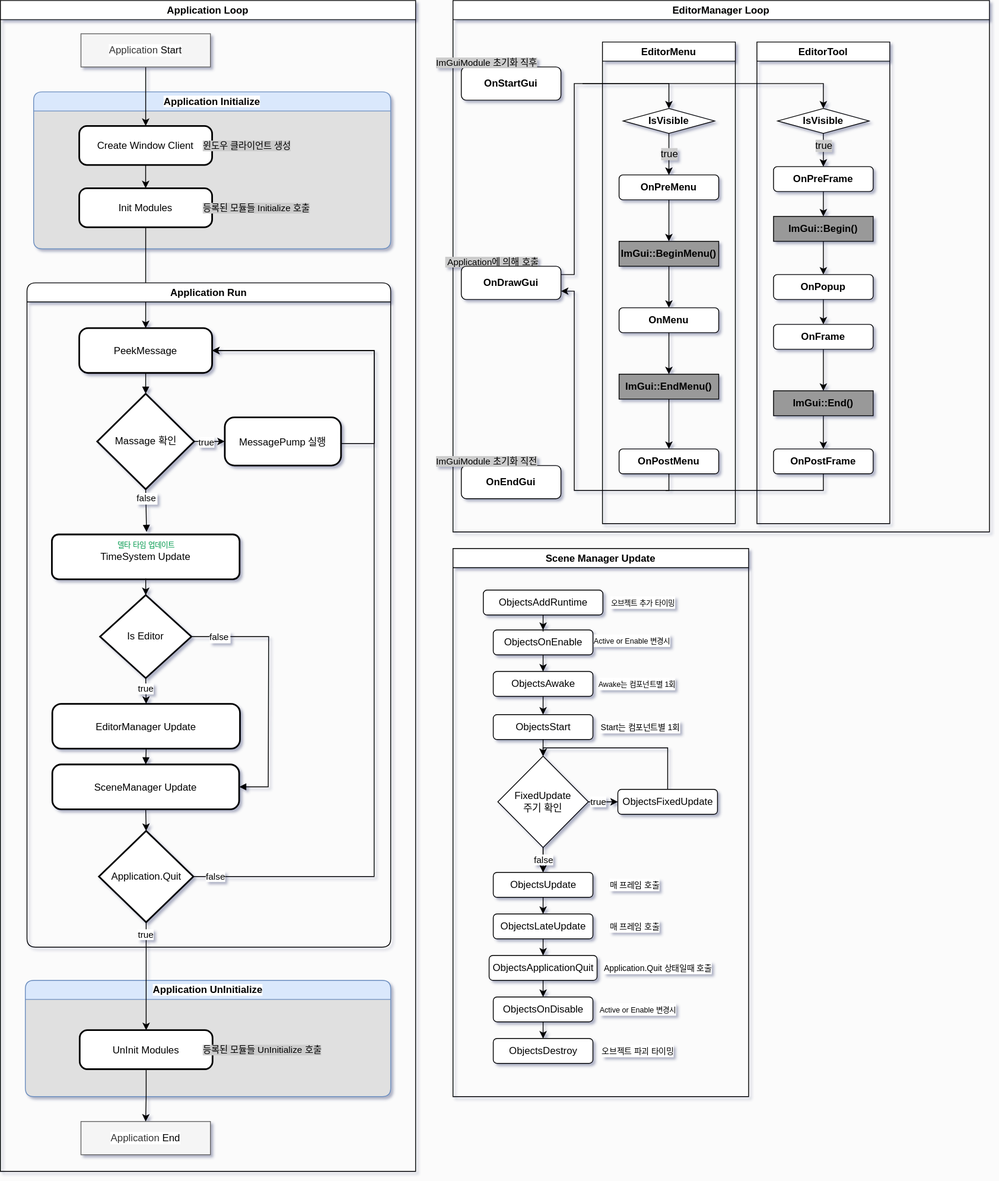
This is Diagram/GameEngineFlowChart.drawio.svg from Scarecrow37/VanishingGround, a draw.io export, as it was before one commit. Source tidied: cells renumbered, new cells last; positions are measured from the earlier drawing's top-left corner, leaving out a move shared by most shapes.
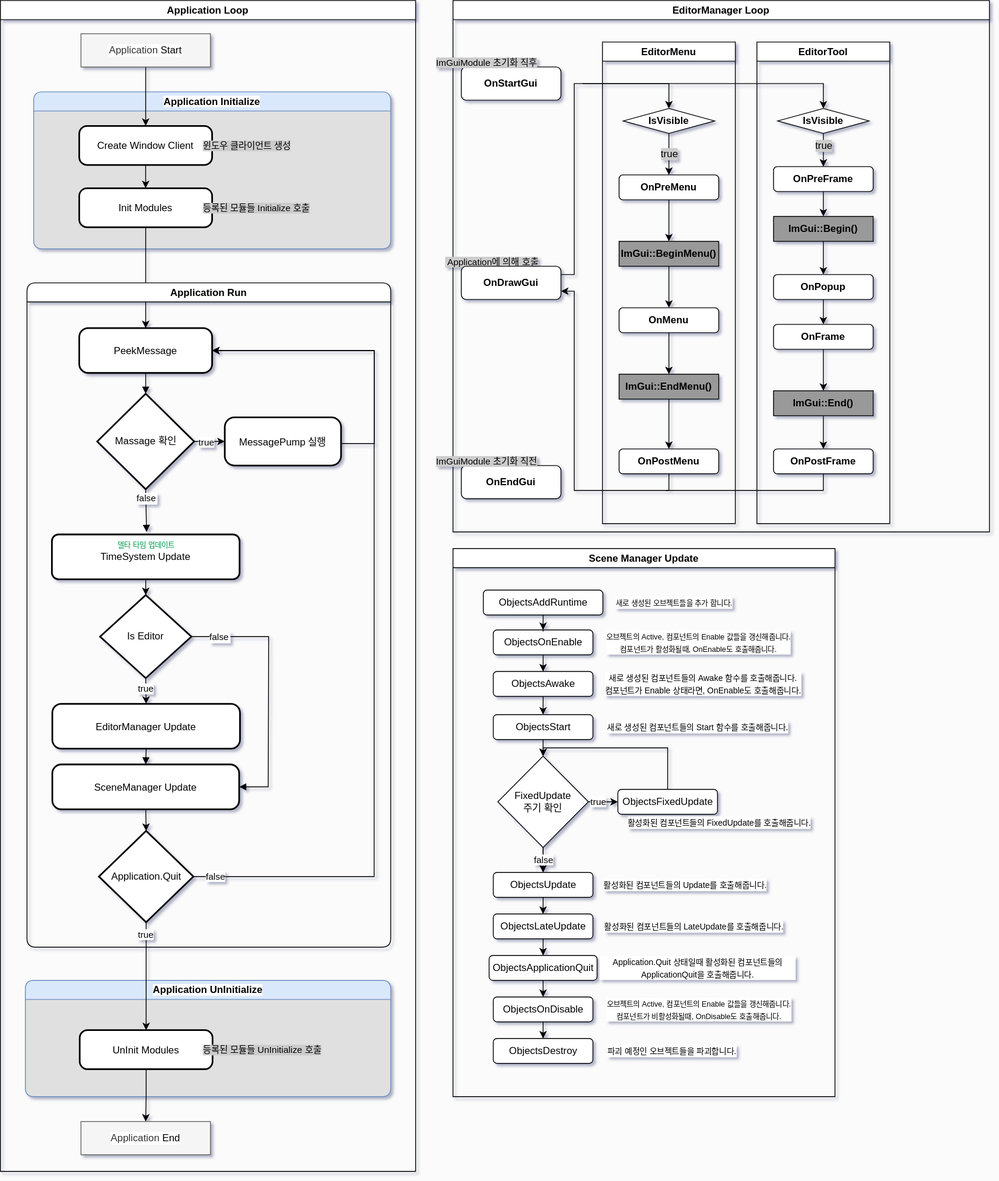
After the commit.

What changed in the source:
```diff
@@ -3,7 +3,7 @@
     <mxCell id="0" />
     <mxCell id="1" parent="0" />
     <mxCell id="2" value="Scene Manager Update" style="swimlane;whiteSpace=wrap;html=1;labelBackgroundColor=default;" parent="1" vertex="1">
-      <mxGeometry x="545" y="660" width="356" height="660" as="geometry" />
+      <mxGeometry x="545" y="660" width="460" height="660" as="geometry" />
     </mxCell>
     <mxCell id="3" style="edgeStyle=orthogonalEdgeStyle;rounded=0;jettySize=auto;html=1;entryX=0.5;entryY=0;entryDx=0;entryDy=0;" parent="2" edge="1" source="4" target="8">
       <mxGeometry relative="1" as="geometry" />
@@ -64,23 +64,23 @@
     <mxCell id="20" value="ObjectsApplicationQuit" style="rounded=1;whiteSpace=wrap;html=1;labelBackgroundColor=default;" parent="2" vertex="1">
       <mxGeometry x="43.5" y="490" width="130" height="30" as="geometry" />
     </mxCell>
-    <mxCell id="21" value="&lt;font style=&quot;font-size: 9px;&quot;&gt;Awake는&amp;nbsp;&lt;span style=&quot;color: light-dark(rgb(0, 0, 0), rgb(255, 255, 255));&quot;&gt;컴포넌트별 1회&lt;/span&gt;&lt;/font&gt;" style="text;html=1;align=center;verticalAlign=middle;whiteSpace=wrap;rounded=0;labelBackgroundColor=default;" parent="2" vertex="1">
-      <mxGeometry x="154.5" y="148" width="134" height="30" as="geometry" />
+    <mxCell id="21" value="&lt;font size=&quot;1&quot;&gt;새로 생성된 컴포넌트들의 Awake 함수를 호출해줍니다.&lt;/font&gt;&lt;div&gt;&lt;font size=&quot;1&quot;&gt;컴포넌트가 Enable 상태라면, OnEnable도 호출해줍니다.&lt;/font&gt;&lt;/div&gt;" style="text;html=1;align=center;verticalAlign=middle;whiteSpace=wrap;rounded=0;labelBackgroundColor=default;" parent="2" vertex="1">
+      <mxGeometry x="173.2" y="148" width="257" height="30" as="geometry" />
     </mxCell>
-    <mxCell id="22" value="&lt;font style=&quot;font-size: 9px;&quot;&gt;Active or Enable 변경시&lt;/font&gt;" style="text;html=1;align=center;verticalAlign=middle;whiteSpace=wrap;rounded=0;labelBackgroundColor=default;" parent="2" vertex="1">
-      <mxGeometry x="149" y="96" width="134" height="30" as="geometry" />
+    <mxCell id="22" value="&lt;font style=&quot;font-size: 9px;&quot;&gt;오브젝트의 Active, 컴포넌트의 Enable 값들을 갱신해줍니다.&lt;/font&gt;&lt;div&gt;&lt;font style=&quot;font-size: 9px;&quot;&gt;컴포넌트가 활성화될때, OnEnable도 호출해줍니다.&lt;/font&gt;&lt;/div&gt;" style="text;html=1;align=center;verticalAlign=middle;whiteSpace=wrap;rounded=0;labelBackgroundColor=default;" parent="2" vertex="1">
+      <mxGeometry x="145" y="98" width="301.5" height="30" as="geometry" />
     </mxCell>
-    <mxCell id="23" value="&lt;font size=&quot;1&quot;&gt;Start는 컴포넌트별 1회&lt;/font&gt;" style="text;html=1;align=center;verticalAlign=middle;whiteSpace=wrap;rounded=0;labelBackgroundColor=default;" parent="2" vertex="1">
-      <mxGeometry x="158.5" y="200" width="134" height="30" as="geometry" />
+    <mxCell id="23" value="&lt;span style=&quot;font-size: x-small;&quot;&gt;새로 생성된 컴포넌트들의 Start 함수를 호출해줍니다.&lt;/span&gt;" style="text;html=1;align=center;verticalAlign=middle;whiteSpace=wrap;rounded=0;labelBackgroundColor=default;" parent="2" vertex="1">
+      <mxGeometry x="158.5" y="200" width="271.5" height="30" as="geometry" />
     </mxCell>
-    <mxCell id="24" value="&lt;font style=&quot;font-size: 9px;&quot;&gt;Active or Enable 변경시&lt;/font&gt;" style="text;html=1;align=center;verticalAlign=middle;whiteSpace=wrap;rounded=0;labelBackgroundColor=default;" parent="2" vertex="1">
-      <mxGeometry x="163" y="540" width="120" height="30" as="geometry" />
+    <mxCell id="24" value="&lt;font style=&quot;font-size: 9px;&quot;&gt;오브젝트의 Active, 컴포넌트의 Enable 값들을 갱신해줍니다.&lt;/font&gt;&lt;div&gt;&lt;font style=&quot;font-size: 9px;&quot;&gt;컴포넌트가 비활성화될때, OnDisable도 호출해줍니다.&lt;/font&gt;&lt;/div&gt;" style="text;html=1;align=center;verticalAlign=middle;whiteSpace=wrap;rounded=0;labelBackgroundColor=default;" parent="2" vertex="1">
+      <mxGeometry x="163" y="540" width="267" height="30" as="geometry" />
     </mxCell>
-    <mxCell id="25" value="&lt;font size=&quot;1&quot;&gt;매 프레임 호출&lt;/font&gt;" style="text;html=1;align=center;verticalAlign=middle;whiteSpace=wrap;rounded=0;labelBackgroundColor=default;" parent="2" vertex="1">
-      <mxGeometry x="158.5" y="390" width="120" height="30" as="geometry" />
+    <mxCell id="25" value="&lt;span style=&quot;font-size: x-small;&quot;&gt;활성화된 컴포넌트들의 Update를 호출해줍니다.&lt;/span&gt;" style="text;html=1;align=center;verticalAlign=middle;whiteSpace=wrap;rounded=0;labelBackgroundColor=default;" parent="2" vertex="1">
+      <mxGeometry x="158.5" y="390" width="241.5" height="30" as="geometry" />
     </mxCell>
-    <mxCell id="26" value="&lt;font size=&quot;1&quot;&gt;매 프레임 호출&lt;/font&gt;" style="text;html=1;align=center;verticalAlign=middle;whiteSpace=wrap;rounded=0;labelBackgroundColor=default;" parent="2" vertex="1">
-      <mxGeometry x="158.5" y="440" width="120" height="30" as="geometry" />
+    <mxCell id="26" value="&lt;span style=&quot;font-size: x-small;&quot;&gt;활성화된 컴포넌트들의 LateUpdate를 호출해줍니다.&lt;/span&gt;" style="text;html=1;align=center;verticalAlign=middle;whiteSpace=wrap;rounded=0;labelBackgroundColor=default;" parent="2" vertex="1">
+      <mxGeometry x="163" y="440" width="255" height="30" as="geometry" />
     </mxCell>
     <mxCell id="27" style="edgeStyle=orthogonalEdgeStyle;rounded=0;jettySize=auto;html=1;entryX=0.5;entryY=0;entryDx=0;entryDy=0;" parent="2" edge="1" source="28" target="6">
       <mxGeometry relative="1" as="geometry" />
@@ -88,8 +88,8 @@
     <mxCell id="28" value="ObjectsAddRuntime" style="rounded=1;whiteSpace=wrap;html=1;labelBackgroundColor=default;" parent="2" vertex="1">
       <mxGeometry x="36.5" y="50" width="144" height="30" as="geometry" />
     </mxCell>
-    <mxCell id="29" value="&lt;font style=&quot;font-size: 9px;&quot;&gt;오브젝트 추가 타이밍&lt;/font&gt;" style="text;html=1;align=center;verticalAlign=middle;whiteSpace=wrap;rounded=0;labelBackgroundColor=default;" parent="2" vertex="1">
-      <mxGeometry x="168.5" y="50" width="120" height="30" as="geometry" />
+    <mxCell id="29" value="&lt;font style=&quot;font-size: 9px;&quot;&gt;새로 생성된 오브젝트들을 추가 합니다.&lt;/font&gt;" style="text;html=1;align=center;verticalAlign=middle;whiteSpace=wrap;rounded=0;labelBackgroundColor=default;" parent="2" vertex="1">
+      <mxGeometry x="163" y="50" width="207" height="30" as="geometry" />
     </mxCell>
     <mxCell id="30" style="edgeStyle=orthogonalEdgeStyle;rounded=0;jettySize=auto;html=1;" parent="2" edge="1" source="31" target="34">
       <mxGeometry relative="1" as="geometry" />
@@ -97,15 +97,18 @@
     <mxCell id="31" value="ObjectsOnDisable" style="rounded=1;whiteSpace=wrap;html=1;labelBackgroundColor=default;" parent="2" vertex="1">
       <mxGeometry x="48.5" y="540" width="120" height="30" as="geometry" />
     </mxCell>
-    <mxCell id="32" value="&lt;font size=&quot;1&quot;&gt;Application.Quit 상태일때 호출&lt;/font&gt;" style="text;html=1;align=center;verticalAlign=middle;whiteSpace=wrap;rounded=0;labelBackgroundColor=default;" parent="2" vertex="1">
-      <mxGeometry x="172.5" y="490" width="147.5" height="30" as="geometry" />
+    <mxCell id="32" value="&lt;font size=&quot;1&quot;&gt;Application.Quit 상태일때&amp;nbsp;&lt;/font&gt;&lt;span style=&quot;font-size: x-small;&quot;&gt;활성화된 컴포넌트들의 ApplicationQuit을 호출해줍니다.&lt;/span&gt;" style="text;html=1;align=center;verticalAlign=middle;whiteSpace=wrap;rounded=0;labelBackgroundColor=default;" parent="2" vertex="1">
+      <mxGeometry x="176" y="490" width="237.5" height="30" as="geometry" />
     </mxCell>
-    <mxCell id="33" value="&lt;font size=&quot;1&quot;&gt;오브젝트 파괴 타이밍&lt;/font&gt;" style="text;html=1;align=center;verticalAlign=middle;whiteSpace=wrap;rounded=0;labelBackgroundColor=default;" parent="2" vertex="1">
-      <mxGeometry x="163" y="590" width="120" height="30" as="geometry" />
+    <mxCell id="33" value="&lt;font size=&quot;1&quot;&gt;파괴 예정인 오브젝트들을 파괴합니다.&lt;/font&gt;" style="text;html=1;align=center;verticalAlign=middle;whiteSpace=wrap;rounded=0;labelBackgroundColor=default;" parent="2" vertex="1">
+      <mxGeometry x="173.2" y="590" width="182" height="30" as="geometry" />
     </mxCell>
     <mxCell id="34" value="ObjectsDestroy" style="rounded=1;whiteSpace=wrap;html=1;labelBackgroundColor=default;" parent="2" vertex="1">
       <mxGeometry x="48.5" y="590" width="120" height="30" as="geometry" />
     </mxCell>
+    <mxCell id="114" value="&lt;font size=&quot;1&quot;&gt;활성화된 컴포넌트들의 FixedUpdate를 호출해줍니다.&lt;/font&gt;" style="text;html=1;align=center;verticalAlign=middle;whiteSpace=wrap;rounded=0;labelBackgroundColor=default;" parent="2" vertex="1">
+      <mxGeometry x="195" y="315" width="251.5" height="30" as="geometry" />
+    </mxCell>
     <mxCell id="35" value="EditorManager Loop" style="swimlane;whiteSpace=wrap;html=1;labelBackgroundColor=none;" parent="1" vertex="1">
       <mxGeometry x="545" width="646" height="640" as="geometry" />
     </mxCell>
```
